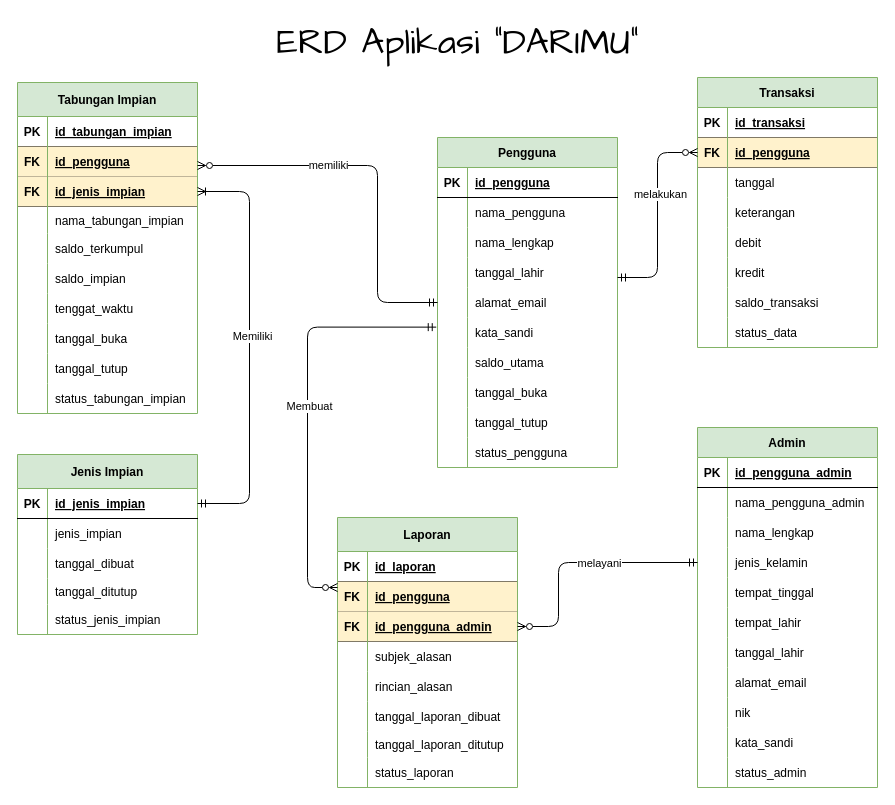
Earlier version of the draw.io diagram Database/ERD_Darimu.drawio (ammarsufyan/Darimu). Source tidied: cells renumbered, new cells numbered last; positions are measured from the earlier drawing's top-left corner, leaving out a move shared by most shapes. Both pictures are drawn from the tidied source at 100%, with x=0, y=0 at pixel (-13, 27).
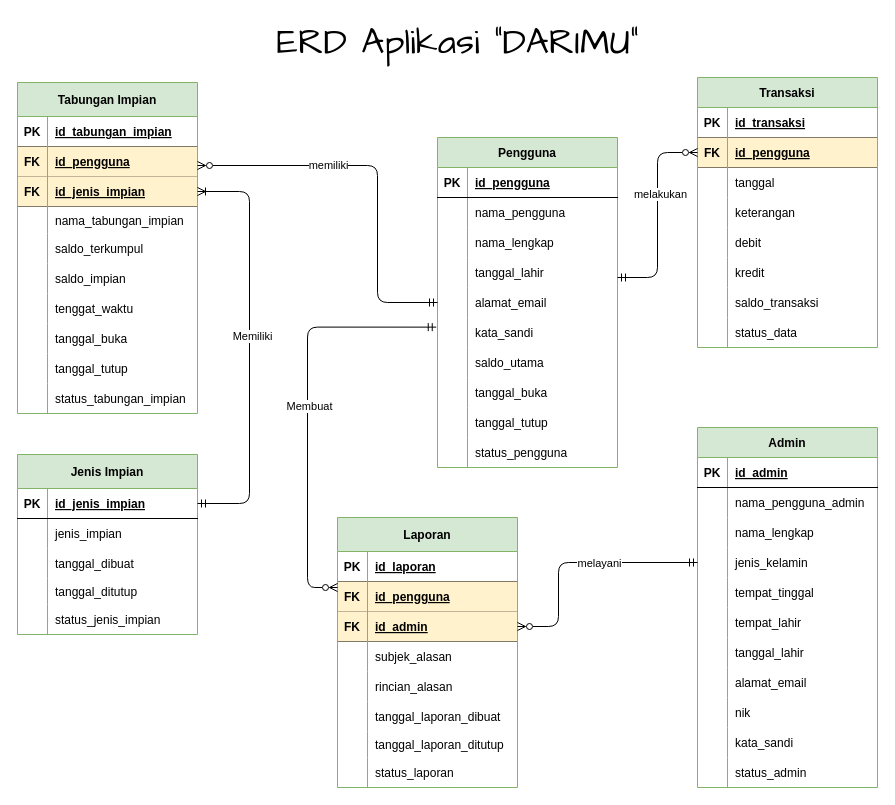
The same diagram, later.

The change refers to these unchanged cells:
```xml
<mxCell id="96" style="shape=partialRectangle;fillColor=none;top=0;left=0;bottom=1;right=0;points=[[0,0.5],[1,0.5]];portConstraint=eastwest;" parent="89" vertex="1">
  <mxGeometry y="94" width="180" height="30" as="geometry" />
</mxCell>
<mxCell id="115" style="shape=partialRectangle;fillColor=none;top=0;left=0;bottom=1;right=0;" parent="114" vertex="1">
  <mxGeometry y="30" width="180" height="30" as="geometry" />
</mxCell>
```

The edit, as a diff of the source:
```diff
@@
-    <mxCell id="98" value="id_pengguna_admin" style="shape=partialRectangle;fillColor=#fff2cc;top=0;left=1;bottom=0;right=1;align=left;spacingLeft=6;fontStyle=5;overflow=hidden;strokeColor=#82B366;" parent="96" vertex="1">
+    <mxCell id="98" value="id_admin" style="shape=partialRectangle;fillColor=#fff2cc;top=0;left=1;bottom=0;right=1;align=left;spacingLeft=6;fontStyle=5;overflow=hidden;strokeColor=#82B366;" parent="96" vertex="1">
       <mxGeometry x="30" width="150" height="30" as="geometry" />
     </mxCell>
@@
-    <mxCell id="117" value="id_pengguna_admin" style="shape=partialRectangle;fillColor=none;top=0;left=0;bottom=0;right=0;align=left;spacingLeft=6;fontStyle=5;overflow=hidden;" parent="115" vertex="1">
+    <mxCell id="117" value="id_admin" style="shape=partialRectangle;fillColor=none;top=0;left=0;bottom=0;right=0;align=left;spacingLeft=6;fontStyle=5;overflow=hidden;" parent="115" vertex="1">
       <mxGeometry x="30" width="150" height="30" as="geometry" />
     </mxCell>
```
